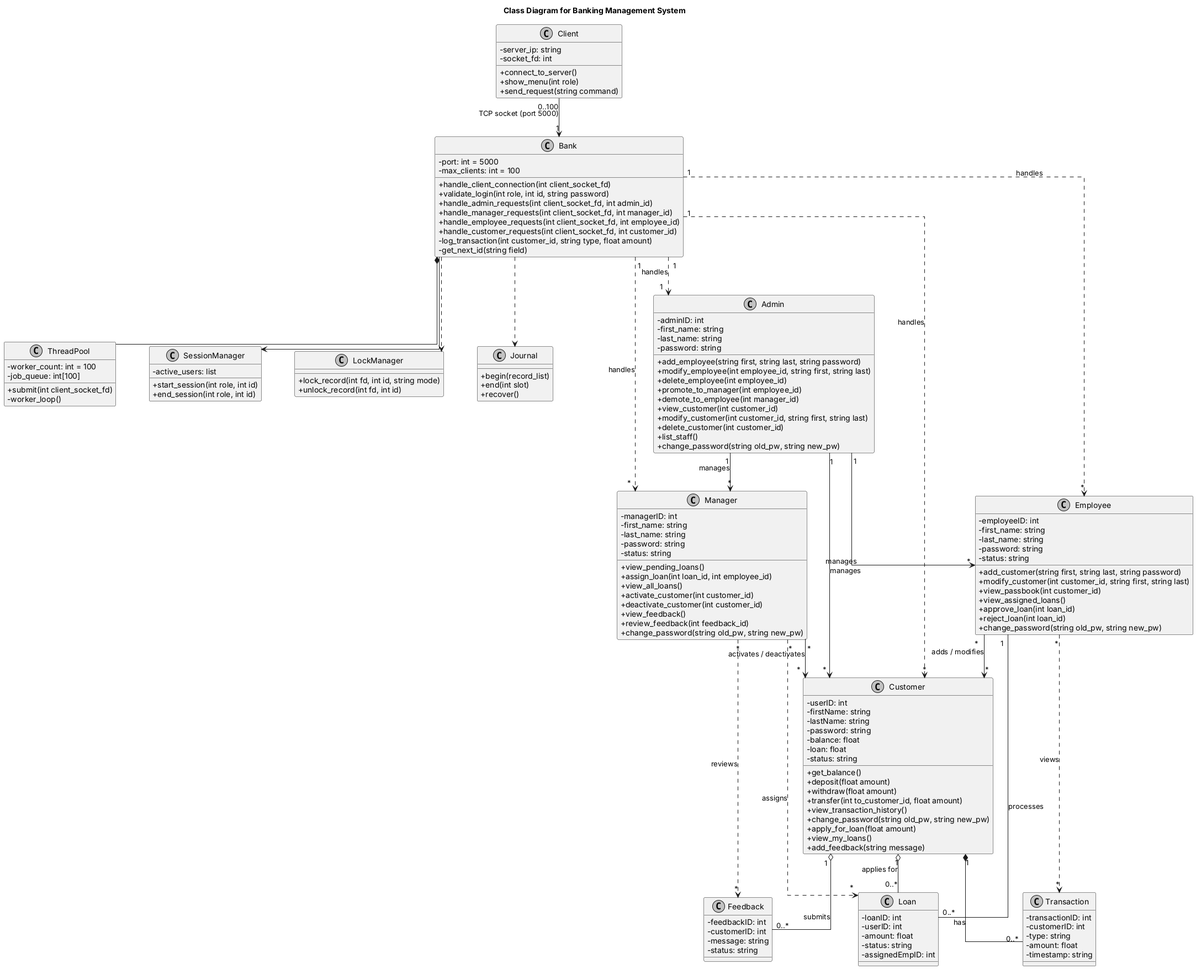
Earlier version of the PlantUML export docs/diagrams/class_diagram.png (GIRISH-750/Banking-Management-systems). Its diagram source:
```plantuml
@startuml BankingClassDiagram
skinparam monochrome true
skinparam classAttributeIconSize 0
skinparam shadowing false
skinparam linetype ortho
skinparam nodesep 60
skinparam ranksep 70
title Class Diagram for Banking Management System

class Client {
  -server_ip: string
  -socket_fd: int
  +connect_to_server()
  +show_menu(int role)
  +send_request(string command)
}

class Bank {
  -port: int = 5000
  -max_clients: int = 100
  +handle_client_connection(int client_socket_fd)
  +validate_login(int role, int id, string password)
  +handle_admin_requests(int client_socket_fd, int admin_id)
  +handle_manager_requests(int client_socket_fd, int manager_id)
  +handle_employee_requests(int client_socket_fd, int employee_id)
  +handle_customer_requests(int client_socket_fd, int customer_id)
  -log_transaction(int customer_id, string type, float amount)
  -get_next_id(string field)
}

class ThreadPool {
  -worker_count: int = 100
  -job_queue: int[100]
  +submit(int client_socket_fd)
  -worker_loop()
}

class SessionManager {
  -active_users: list
  +start_session(int role, int id)
  +end_session(int role, int id)
}

class LockManager {
  +lock_record(int fd, int id, string mode)
  +unlock_record(int fd, int id)
}

class Journal {
  +begin(record_list)
  +end(int slot)
  +recover()
}

class Admin {
  -adminID: int
  -first_name: string
  -last_name: string
  -password: string
  +add_employee(string first, string last, string password)
  +modify_employee(int employee_id, string first, string last)
  +delete_employee(int employee_id)
  +promote_to_manager(int employee_id)
  +demote_to_employee(int manager_id)
  +view_customer(int customer_id)
  +modify_customer(int customer_id, string first, string last)
  +delete_customer(int customer_id)
  +list_staff()
  +change_password(string old_pw, string new_pw)
}

class Manager {
  -managerID: int
  -first_name: string
  -last_name: string
  -password: string
  -status: string
  +view_pending_loans()
  +assign_loan(int loan_id, int employee_id)
  +view_all_loans()
  +activate_customer(int customer_id)
  +deactivate_customer(int customer_id)
  +view_feedback()
  +review_feedback(int feedback_id)
  +change_password(string old_pw, string new_pw)
}

class Employee {
  -employeeID: int
  -first_name: string
  -last_name: string
  -password: string
  -status: string
  +add_customer(string first, string last, string password)
  +modify_customer(int customer_id, string first, string last)
  +view_passbook(int customer_id)
  +view_assigned_loans()
  +approve_loan(int loan_id)
  +reject_loan(int loan_id)
  +change_password(string old_pw, string new_pw)
}

class Customer {
  -userID: int
  -firstName: string
  -lastName: string
  -password: string
  -balance: float
  -loan: float
  -status: string
  +get_balance()
  +deposit(float amount)
  +withdraw(float amount)
  +transfer(int to_customer_id, float amount)
  +view_transaction_history()
  +change_password(string old_pw, string new_pw)
  +apply_for_loan(float amount)
  +view_my_loans()
  +add_feedback(string message)
}

class Loan {
  -loanID: int
  -userID: int
  -amount: float
  -status: string
  -assignedEmpID: int
}

class Feedback {
  -feedbackID: int
  -customerID: int
  -message: string
  -status: string
}

class Transaction {
  -transactionID: int
  -customerID: int
  -type: string
  -amount: float
  -timestamp: string
}

Client "0..100" --> "1" Bank : TCP socket (port 5000)

Bank *-- ThreadPool
Bank --> SessionManager
Bank ..> LockManager
Bank ..> Journal

Bank "1" ..> "1" Admin : handles
Bank "1" ..> "*" Manager : handles
Bank "1" ..> "*" Employee : handles
Bank "1" ..> "*" Customer : handles

Admin "1" --> "*" Employee : manages
Admin "1" --> "*" Manager : manages
Admin "1" --> "*" Customer : manages
Manager "*" --> "*" Customer : activates / deactivates
Manager "*" ..> "*" Loan : assigns
Manager "*" ..> "*" Feedback : reviews
Employee "*" --> "*" Customer : adds / modifies
Employee "1" -- "0..*" Loan : processes
Employee "*" ..> "*" Transaction : views

Customer "1" *-- "0..*" Transaction : has
Customer "1" o-- "0..*" Loan : applies for
Customer "1" o-- "0..*" Feedback : submits

@enduml
```
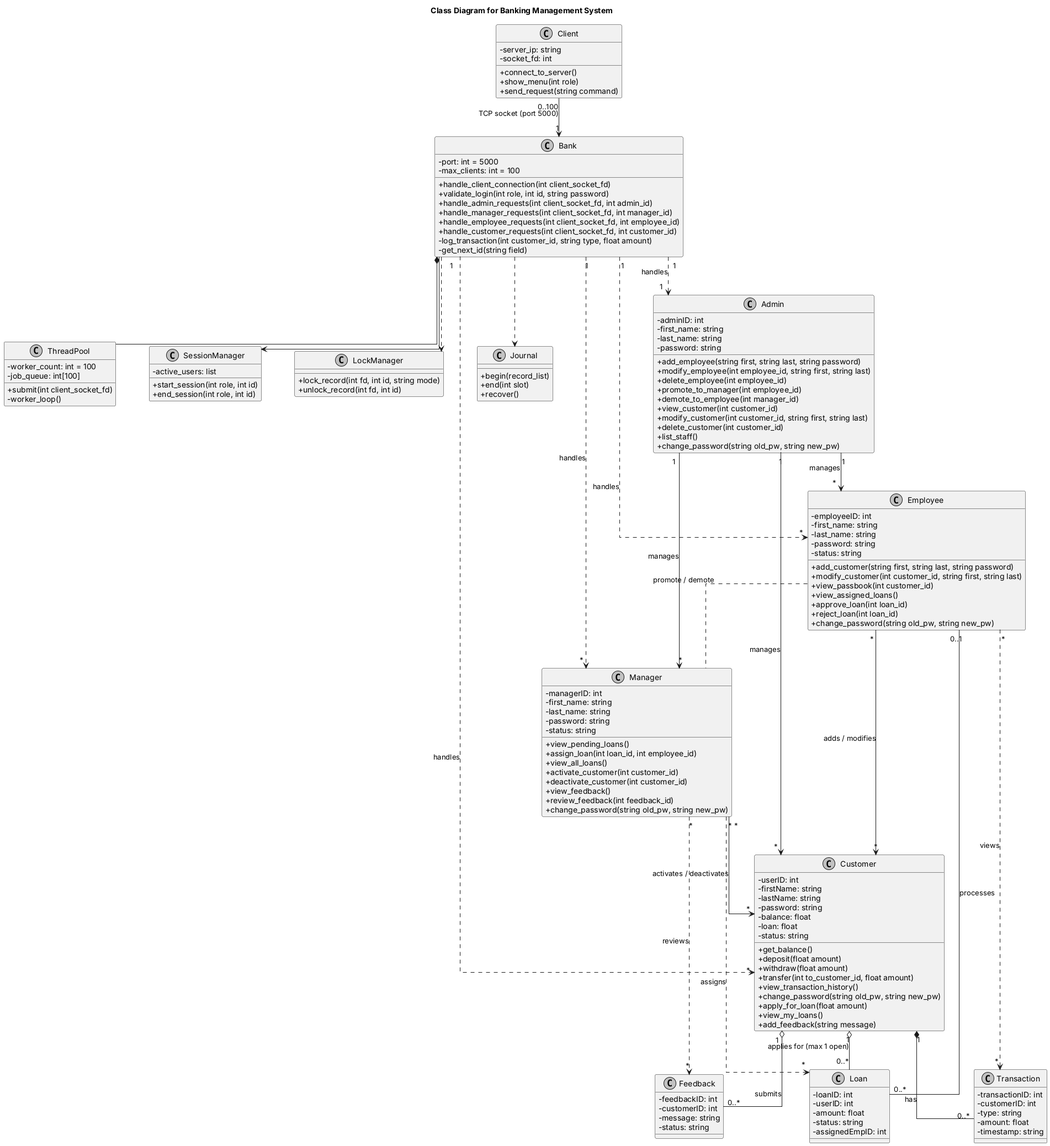
After the commit.

Commit message:
Clean repo: remove stray files and TA diagram, keep final diagrams in docs/diagrams

Change to the diagram source:
```diff
@@ -161,11 +161,12 @@
 Manager "*" ..> "*" Loan : assigns
 Manager "*" ..> "*" Feedback : reviews
 Employee "*" --> "*" Customer : adds / modifies
-Employee "1" -- "0..*" Loan : processes
+Employee "0..1" -- "0..*" Loan : processes
 Employee "*" ..> "*" Transaction : views
+Employee .. Manager : promote / demote
 
 Customer "1" *-- "0..*" Transaction : has
-Customer "1" o-- "0..*" Loan : applies for
+Customer "1" o-- "0..*" Loan : applies for (max 1 open)
 Customer "1" o-- "0..*" Feedback : submits
 
 @enduml
```
